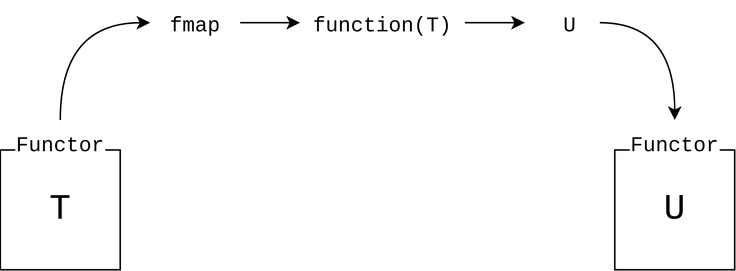
Before: assets/fmap.svg, a diagram exported from draw.io (Jamie3213/slide-decks). Source tidied: cells renumbered, new cells last; positions are measured from the earlier drawing's top-left corner, leaving out a move shared by most shapes. Its diagram source:
```xml
<mxGraphModel>
  <root>
    <mxCell id="0" />
    <mxCell id="1" parent="0" />
    <mxCell id="2" value="&lt;font style=&quot;font-size: 24px;&quot; face=&quot;Courier New&quot;&gt;T&lt;/font&gt;" style="whiteSpace=wrap;html=1;" parent="1" vertex="1">
      <mxGeometry y="100" width="80" height="80" as="geometry" />
    </mxCell>
    <mxCell id="3" value="&lt;font style=&quot;font-size: 14px;&quot;&gt;Functor&lt;/font&gt;" style="text;html=1;strokeColor=none;fillColor=default;align=center;verticalAlign=middle;whiteSpace=wrap;rounded=0;fontFamily=Courier New;fontSize=24;" parent="1" vertex="1">
      <mxGeometry x="10" y="80" width="60" height="30" as="geometry" />
    </mxCell>
    <mxCell id="4" style="edgeStyle=orthogonalEdgeStyle;rounded=0;jettySize=auto;html=1;entryX=0.5;entryY=0;entryDx=0;entryDy=0;fontFamily=Courier New;fontSize=14;curved=1;startArrow=classic;startFill=1;endArrow=none;endFill=0;" parent="1" edge="1" source="6" target="3">
      <mxGeometry relative="1" as="geometry" />
    </mxCell>
    <mxCell id="5" style="rounded=0;jettySize=auto;html=1;fontFamily=Courier New;fontSize=14;entryX=0;entryY=0.5;entryDx=0;entryDy=0;" parent="1" edge="1" source="6" target="9">
      <mxGeometry relative="1" as="geometry" />
    </mxCell>
    <mxCell id="6" value="&lt;font style=&quot;font-size: 14px;&quot;&gt;fmap&lt;/font&gt;" style="text;html=1;strokeColor=none;fillColor=default;align=center;verticalAlign=middle;whiteSpace=wrap;rounded=0;fontFamily=Courier New;fontSize=24;" parent="1" vertex="1">
      <mxGeometry x="100" width="60" height="30" as="geometry" />
    </mxCell>
    <mxCell id="7" style="edgeStyle=none;rounded=0;jettySize=auto;html=1;fontFamily=Courier New;fontSize=14;" parent="1" edge="1" source="9">
      <mxGeometry relative="1" as="geometry">
        <mxPoint x="295" y="15" as="targetPoint" />
      </mxGeometry>
    </mxCell>
    <mxCell id="8" style="edgeStyle=none;rounded=0;jettySize=auto;html=1;fontFamily=Courier New;fontSize=14;exitX=1;exitY=0.5;exitDx=0;exitDy=0;" parent="1" edge="1" source="9">
      <mxGeometry relative="1" as="geometry">
        <mxPoint x="350" y="15" as="targetPoint" />
      </mxGeometry>
    </mxCell>
    <mxCell id="9" value="&lt;font style=&quot;font-size: 14px;&quot;&gt;function(T)&lt;/font&gt;" style="text;html=1;strokeColor=none;fillColor=default;align=center;verticalAlign=middle;whiteSpace=wrap;rounded=0;fontFamily=Courier New;fontSize=24;" parent="1" vertex="1">
      <mxGeometry x="200" width="110" height="30" as="geometry" />
    </mxCell>
    <mxCell id="10" style="edgeStyle=orthogonalEdgeStyle;rounded=0;jettySize=auto;html=1;entryX=0.5;entryY=0;entryDx=0;entryDy=0;fontFamily=Courier New;fontSize=14;curved=1;" parent="1" edge="1" source="11" target="13">
      <mxGeometry relative="1" as="geometry" />
    </mxCell>
    <mxCell id="11" value="&lt;span style=&quot;font-size: 14px;&quot;&gt;U&lt;/span&gt;" style="text;html=1;strokeColor=none;fillColor=default;align=center;verticalAlign=middle;whiteSpace=wrap;rounded=0;fontFamily=Courier New;fontSize=24;" parent="1" vertex="1">
      <mxGeometry x="360" width="40" height="30" as="geometry" />
    </mxCell>
    <mxCell id="12" value="&lt;font style=&quot;font-size: 24px;&quot; face=&quot;Courier New&quot;&gt;U&lt;/font&gt;" style="whiteSpace=wrap;html=1;" parent="1" vertex="1">
      <mxGeometry x="410" y="100" width="80" height="80" as="geometry" />
    </mxCell>
    <mxCell id="13" value="&lt;font style=&quot;font-size: 14px;&quot;&gt;Functor&lt;/font&gt;" style="text;html=1;strokeColor=none;fillColor=default;align=center;verticalAlign=middle;whiteSpace=wrap;rounded=0;fontFamily=Courier New;fontSize=24;" parent="1" vertex="1">
      <mxGeometry x="420" y="80" width="60" height="30" as="geometry" />
    </mxCell>
  </root>
</mxGraphModel>
```
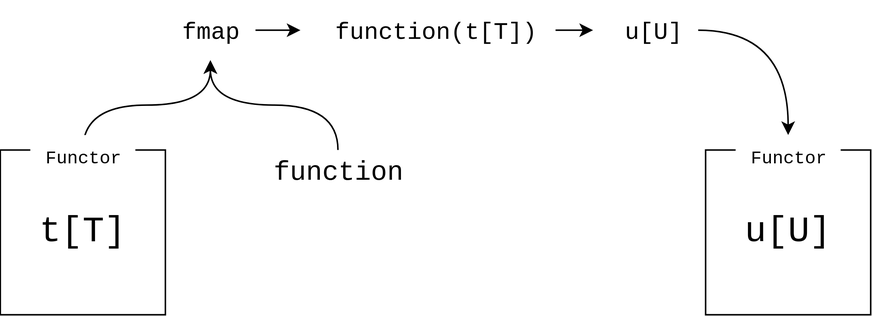
Later version of the same file.

What changed in the source:
```diff
@@ -2,45 +2,49 @@
   <root>
     <mxCell id="0" />
     <mxCell id="1" parent="0" />
-    <mxCell id="2" value="&lt;font style=&quot;font-size: 24px;&quot; face=&quot;Courier New&quot;&gt;T&lt;/font&gt;" style="whiteSpace=wrap;html=1;" parent="1" vertex="1">
-      <mxGeometry y="100" width="80" height="80" as="geometry" />
-    </mxCell>
-    <mxCell id="3" value="&lt;font style=&quot;font-size: 14px;&quot;&gt;Functor&lt;/font&gt;" style="text;html=1;strokeColor=none;fillColor=default;align=center;verticalAlign=middle;whiteSpace=wrap;rounded=0;fontFamily=Courier New;fontSize=24;" parent="1" vertex="1">
-      <mxGeometry x="10" y="80" width="60" height="30" as="geometry" />
-    </mxCell>
-    <mxCell id="4" style="edgeStyle=orthogonalEdgeStyle;rounded=0;jettySize=auto;html=1;entryX=0.5;entryY=0;entryDx=0;entryDy=0;fontFamily=Courier New;fontSize=14;curved=1;startArrow=classic;startFill=1;endArrow=none;endFill=0;" parent="1" edge="1" source="6" target="3">
-      <mxGeometry relative="1" as="geometry" />
-    </mxCell>
-    <mxCell id="5" style="rounded=0;jettySize=auto;html=1;fontFamily=Courier New;fontSize=14;entryX=0;entryY=0.5;entryDx=0;entryDy=0;" parent="1" edge="1" source="6" target="9">
-      <mxGeometry relative="1" as="geometry" />
-    </mxCell>
+    <mxCell id="14" style="edgeStyle=orthogonalEdgeStyle;rounded=0;jettySize=auto;html=1;fontFamily=Courier New;fontSize=16;curved=1;" parent="1" edge="1" source="15" target="6">
+      <mxGeometry relative="1" as="geometry" />
+    </mxCell>
+    <mxCell id="15" value="&lt;font face=&quot;Courier New&quot; style=&quot;font-size: 24px;&quot;&gt;t[T]&lt;/font&gt;" style="whiteSpace=wrap;html=1;" parent="1" vertex="1">
+      <mxGeometry x="-10" y="100" width="110" height="110" as="geometry" />
+    </mxCell>
+    <mxCell id="16" style="rounded=0;jettySize=auto;html=1;fontFamily=Courier New;fontSize=16;" parent="1" edge="1" source="6">
+      <mxGeometry relative="1" as="geometry">
+        <mxPoint x="190" y="20" as="targetPoint" />
+      </mxGeometry>
+    </mxCell>
-    <mxCell id="6" value="&lt;font style=&quot;font-size: 14px;&quot;&gt;fmap&lt;/font&gt;" style="text;html=1;strokeColor=none;fillColor=default;align=center;verticalAlign=middle;whiteSpace=wrap;rounded=0;fontFamily=Courier New;fontSize=24;" parent="1" vertex="1">
-      <mxGeometry x="100" width="60" height="30" as="geometry" />
+    <mxCell id="6" value="&lt;font style=&quot;font-size: 16px;&quot;&gt;fmap&lt;/font&gt;" style="text;html=1;align=center;verticalAlign=middle;points=[];strokeColor=none;fillColor=default;fontSize=24;fontFamily=Courier New;" parent="1" vertex="1">
+      <mxGeometry x="100" width="60" height="40" as="geometry" />
     </mxCell>
-    <mxCell id="7" style="edgeStyle=none;rounded=0;jettySize=auto;html=1;fontFamily=Courier New;fontSize=14;" parent="1" edge="1" source="9">
-      <mxGeometry relative="1" as="geometry">
-        <mxPoint x="295" y="15" as="targetPoint" />
-      </mxGeometry>
-    </mxCell>
-    <mxCell id="8" style="edgeStyle=none;rounded=0;jettySize=auto;html=1;fontFamily=Courier New;fontSize=14;exitX=1;exitY=0.5;exitDx=0;exitDy=0;" parent="1" edge="1" source="9">
-      <mxGeometry relative="1" as="geometry">
-        <mxPoint x="350" y="15" as="targetPoint" />
-      </mxGeometry>
-    </mxCell>
-    <mxCell id="9" value="&lt;font style=&quot;font-size: 14px;&quot;&gt;function(T)&lt;/font&gt;" style="text;html=1;strokeColor=none;fillColor=default;align=center;verticalAlign=middle;whiteSpace=wrap;rounded=0;fontFamily=Courier New;fontSize=24;" parent="1" vertex="1">
-      <mxGeometry x="200" width="110" height="30" as="geometry" />
-    </mxCell>
-    <mxCell id="10" style="edgeStyle=orthogonalEdgeStyle;rounded=0;jettySize=auto;html=1;entryX=0.5;entryY=0;entryDx=0;entryDy=0;fontFamily=Courier New;fontSize=14;curved=1;" parent="1" edge="1" source="11" target="13">
-      <mxGeometry relative="1" as="geometry" />
-    </mxCell>
-    <mxCell id="11" value="&lt;span style=&quot;font-size: 14px;&quot;&gt;U&lt;/span&gt;" style="text;html=1;strokeColor=none;fillColor=default;align=center;verticalAlign=middle;whiteSpace=wrap;rounded=0;fontFamily=Courier New;fontSize=24;" parent="1" vertex="1">
-      <mxGeometry x="360" width="40" height="30" as="geometry" />
-    </mxCell>
-    <mxCell id="12" value="&lt;font style=&quot;font-size: 24px;&quot; face=&quot;Courier New&quot;&gt;U&lt;/font&gt;" style="whiteSpace=wrap;html=1;" parent="1" vertex="1">
-      <mxGeometry x="410" y="100" width="80" height="80" as="geometry" />
-    </mxCell>
-    <mxCell id="13" value="&lt;font style=&quot;font-size: 14px;&quot;&gt;Functor&lt;/font&gt;" style="text;html=1;strokeColor=none;fillColor=default;align=center;verticalAlign=middle;whiteSpace=wrap;rounded=0;fontFamily=Courier New;fontSize=24;" parent="1" vertex="1">
-      <mxGeometry x="420" y="80" width="60" height="30" as="geometry" />
-    </mxCell>
+    <mxCell id="17" style="edgeStyle=none;rounded=0;orthogonalLoop=1;jettySize=auto;html=1;fontFamily=Courier New;fontSize=16;" parent="1" edge="1">
+      <mxGeometry relative="1" as="geometry">
+        <mxPoint x="355" y="20" as="sourcePoint" />
+        <mxPoint x="385" y="20" as="targetPoint" />
+      </mxGeometry>
+    </mxCell>
+    <mxCell id="18" value="&lt;font style=&quot;font-size: 16px;&quot;&gt;function(t[T])&lt;/font&gt;" style="text;html=1;align=center;verticalAlign=middle;strokeColor=none;fillColor=default;fontSize=24;fontFamily=Courier New;" parent="1" vertex="1">
+      <mxGeometry x="200" width="160" height="40" as="geometry" />
+    </mxCell>
+    <mxCell id="19" style="edgeStyle=orthogonalEdgeStyle;rounded=0;jettySize=auto;html=1;fontFamily=Courier New;fontSize=18;curved=1;" parent="1" edge="1" source="20" target="23">
+      <mxGeometry relative="1" as="geometry" />
+    </mxCell>
+    <mxCell id="20" value="&lt;font size=&quot;3&quot;&gt;u[U]&lt;/font&gt;" style="text;html=1;align=center;verticalAlign=middle;points=[];strokeColor=none;fillColor=default;fontSize=24;fontFamily=Courier New;" parent="1" vertex="1">
+      <mxGeometry x="395" width="60" height="40" as="geometry" />
+    </mxCell>
+    <mxCell id="21" value="&lt;font face=&quot;Courier New&quot; style=&quot;font-size: 24px;&quot;&gt;u[U]&lt;/font&gt;" style="whiteSpace=wrap;html=1;" parent="1" vertex="1">
+      <mxGeometry x="460" y="100" width="110" height="110" as="geometry" />
+    </mxCell>
+    <mxCell id="22" value="&lt;font style=&quot;font-size: 12px;&quot;&gt;Functor&lt;/font&gt;" style="text;html=1;align=center;verticalAlign=middle;strokeColor=none;fillColor=default;fontSize=16;fontFamily=Courier New;" parent="1" vertex="1">
+      <mxGeometry x="10" y="90" width="70" height="30" as="geometry" />
+    </mxCell>
+    <mxCell id="23" value="&lt;font style=&quot;font-size: 12px;&quot;&gt;Functor&lt;/font&gt;" style="text;html=1;align=center;verticalAlign=middle;points=[];strokeColor=none;fillColor=default;fontSize=16;fontFamily=Courier New;" parent="1" vertex="1">
+      <mxGeometry x="480" y="90" width="70" height="30" as="geometry" />
+    </mxCell>
+    <mxCell id="24" style="edgeStyle=orthogonalEdgeStyle;curved=1;rounded=0;jettySize=auto;html=1;fontFamily=Courier New;fontSize=18;" parent="1" edge="1" source="25" target="6">
+      <mxGeometry relative="1" as="geometry" />
+    </mxCell>
+    <mxCell id="25" value="function" style="text;html=1;align=center;verticalAlign=middle;points=[];strokeColor=none;fillColor=none;fontSize=18;fontFamily=Courier New;" parent="1" vertex="1">
+      <mxGeometry x="160" y="100" width="110" height="30" as="geometry" />
+    </mxCell>
   </root>
 </mxGraphModel>
```
